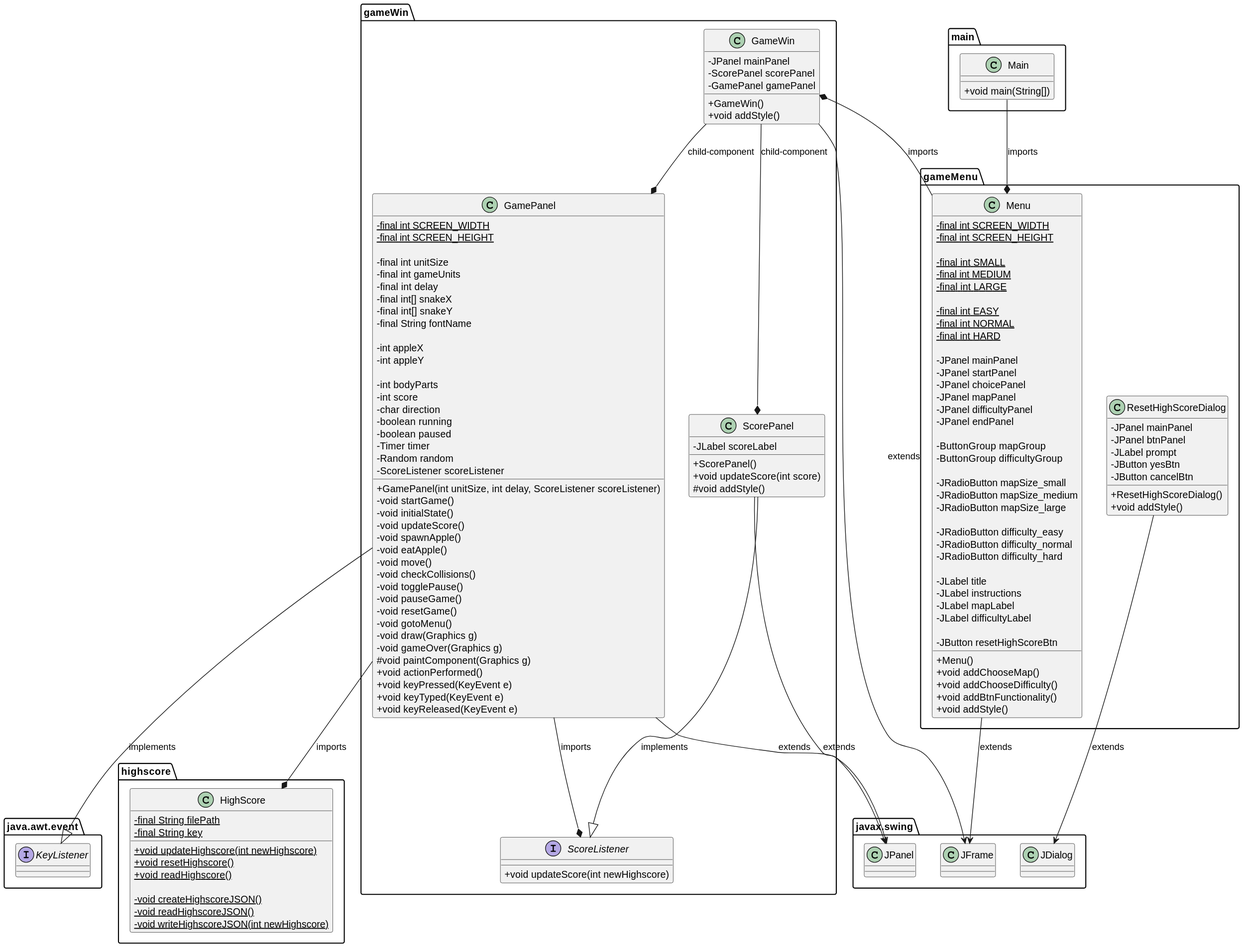
ShaheerSharif/snake-game-4th-sem keeps this PlantUML diagram as docs/svg/gameClassDiagram.svg. Above is the earlier version.
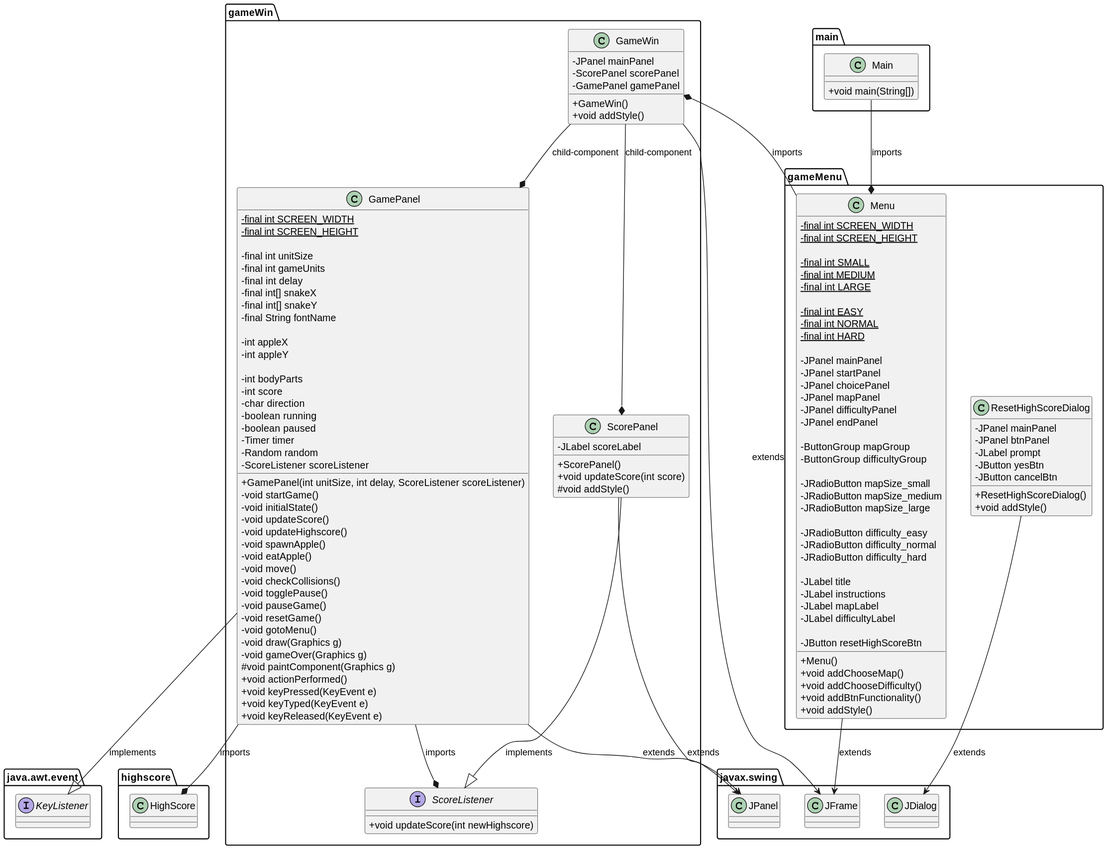
Later version of the same file.

Change to the diagram source:
```diff
@@ -34,10 +34,6 @@
         class gameWin.ScorePanel
         interface gameWin.ScoreListener
 
-    }
-
-    package highscore {
-        class highscore.HighScore
     }
 
     package javax.swing {
@@ -136,6 +132,7 @@
         -void startGame()
         -void initialState()
         -void updateScore()
+        -void updateHighscore()
         -void spawnApple()
         -void eatApple()
         -void move()
@@ -170,19 +167,6 @@
         +void addStyle()
     }
 
-    class highscore.HighScore {
-        -final {static} String filePath
-        -final {static} String key
-
-        +{static} void updateHighscore(int newHighscore)
-        +{static} void resetHighscore()
-        +{static} void readHighscore()
-
-        -{static} void createHighscoreJSON()
-        -{static} void readHighscoreJSON()
-        -{static} void writeHighscoreJSON(int newHighscore)
-    }
-
     interface gameWin.ScoreListener {
         +void updateScore(int newHighscore)
     }
```
